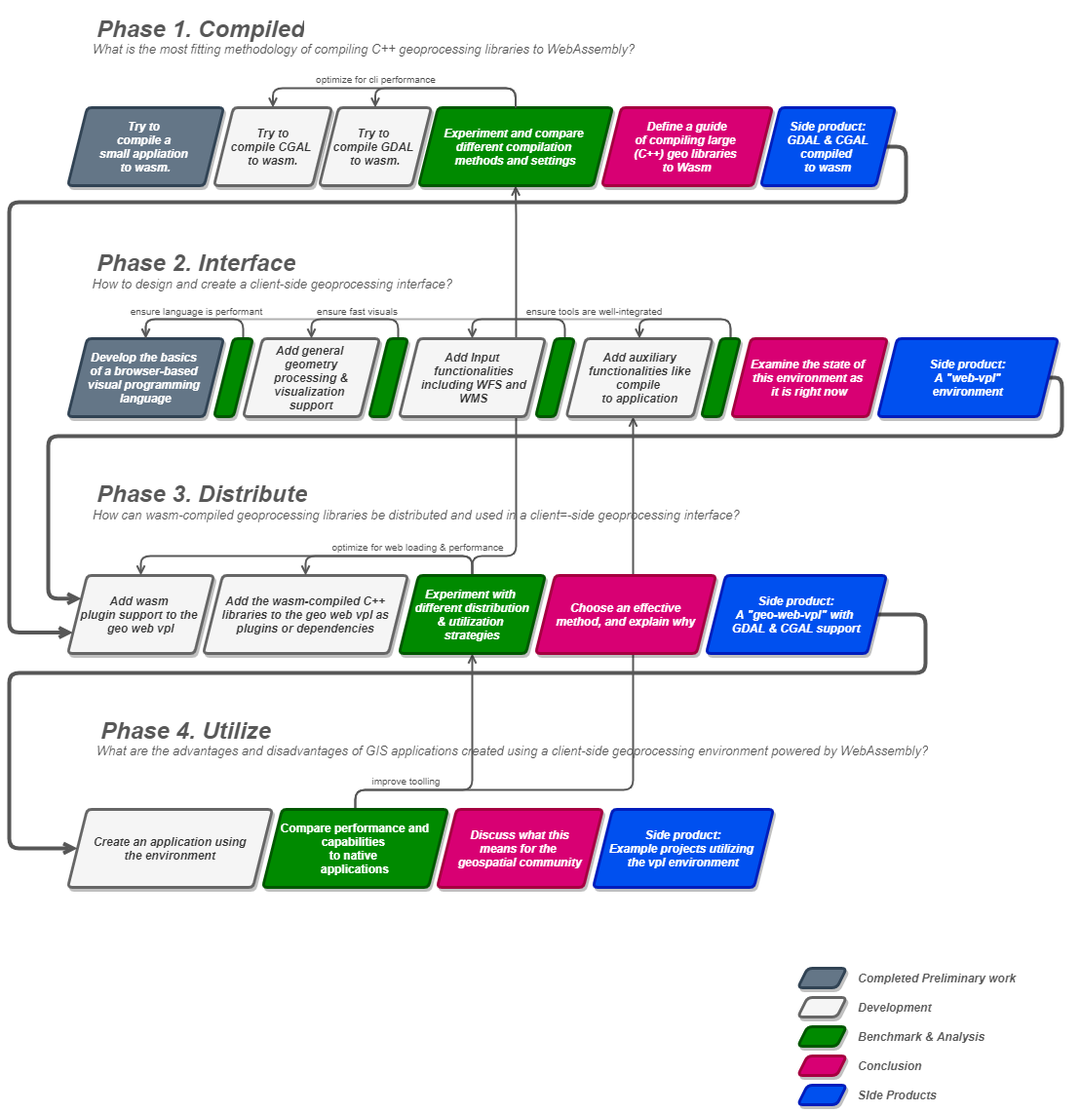
The draw.io diagram proposal/schemas/methodology/method.png in the-red-feather/thesis, before a commit. Source tidied: cells renumbered, new cells last; positions are measured from the earlier drawing's top-left corner, leaving out a move shared by most shapes.
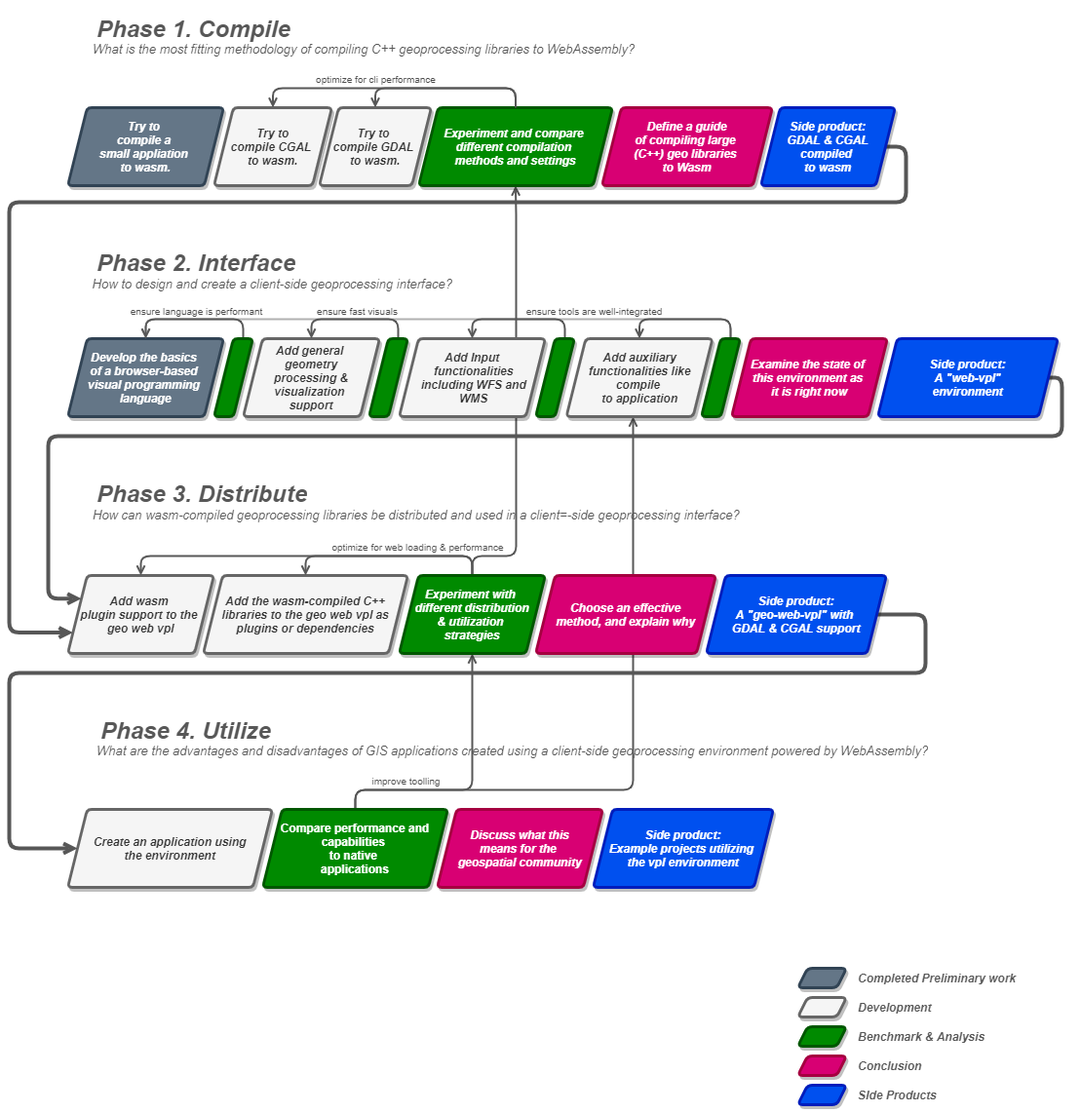
Above is the later version.

What changed in the source:
```diff
@@ -17,7 +17,7 @@
     <mxCell id="6" value="&lt;font color=&quot;#333333&quot;&gt;&lt;b&gt;&lt;i&gt;&lt;font&gt;Create an application using&lt;br&gt;the environment&lt;/font&gt;&lt;/i&gt;&lt;/b&gt;&lt;/font&gt;" style="shape=parallelogram;perimeter=parallelogramPerimeter;whiteSpace=wrap;html=1;fixedSize=1;fillColor=#f5f5f5;strokeColor=#666666;fontColor=#333333;rounded=1;strokeWidth=3;arcSize=9;shadow=1;fontFamily=Helvetica;" parent="1" vertex="1">
       <mxGeometry x="60" y="820" width="210" height="80" as="geometry" />
     </mxCell>
-    <mxCell id="7" value="&lt;h1&gt;&lt;i&gt;Phase 1. Compiled&lt;/i&gt;&lt;/h1&gt;" style="text;html=1;strokeColor=none;fillColor=none;spacing=5;spacingTop=-20;whiteSpace=wrap;overflow=hidden;fontColor=#575757;rounded=0;rotation=0;fontFamily=Helvetica;" parent="1" vertex="1">
+    <mxCell id="7" value="&lt;h1&gt;&lt;i&gt;Phase 1. Compile&lt;/i&gt;&lt;/h1&gt;" style="text;html=1;strokeColor=none;fillColor=none;spacing=5;spacingTop=-20;whiteSpace=wrap;overflow=hidden;fontColor=#575757;rounded=0;rotation=0;fontFamily=Helvetica;" parent="1" vertex="1">
       <mxGeometry x="85" width="250" height="40" as="geometry" />
     </mxCell>
     <mxCell id="8" value="&lt;h1&gt;&lt;i&gt;Phase 2. Interface&lt;br&gt;&lt;/i&gt;&lt;/h1&gt;" style="text;html=1;strokeColor=none;fillColor=none;spacing=5;spacingTop=-20;whiteSpace=wrap;overflow=hidden;fontColor=#575757;rounded=0;fontFamily=Helvetica;" parent="1" vertex="1">
```
